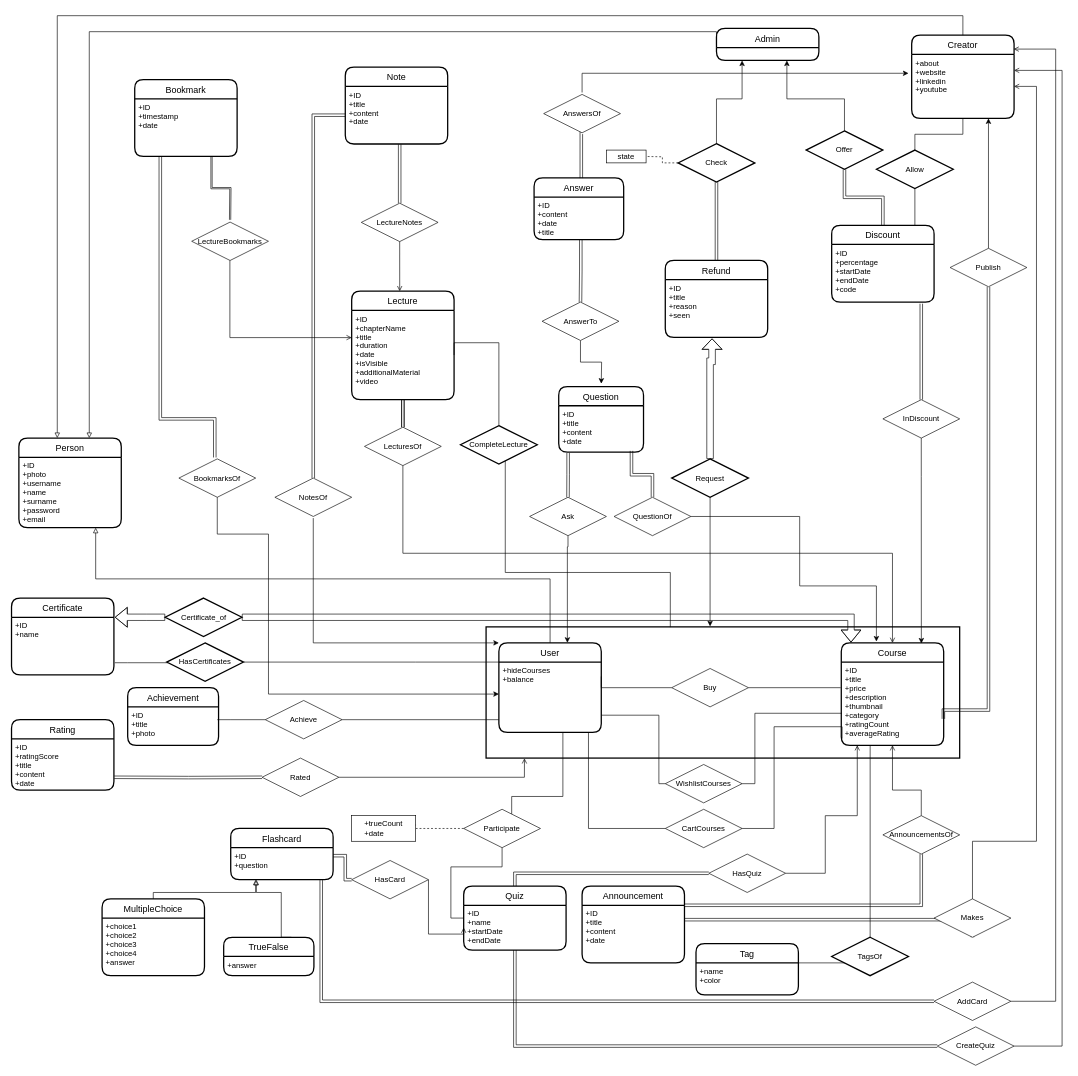
Earlier version of the draw.io diagram page "Quizlet" (4 of 4) of ER.drawio (muratangin187/CS353-Project). Source tidied: cells renumbered, new cells numbered last; positions are measured from the earlier drawing's top-left corner, leaving out a move shared by most shapes. Both pictures are drawn from the tidied source at 64%, with x=0, y=0 at pixel (11, 15).
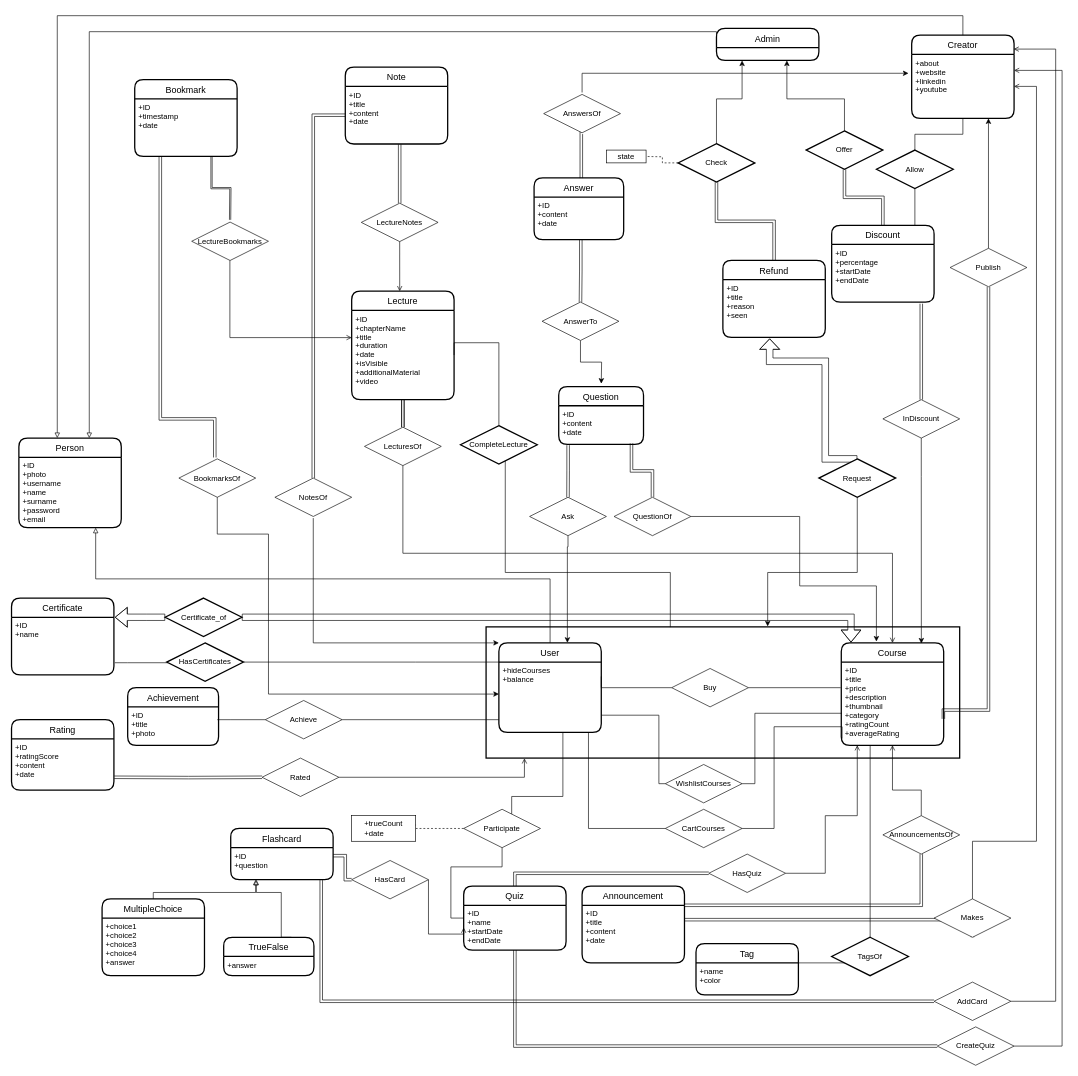
The same diagram, later.

The change refers to these unchanged cells:
```xml
<mxCell id="5" style="rounded=0;whiteSpace=wrap;html=1;shadow=0;glass=0;sketch=0;strokeWidth=2;gradientColor=none;" parent="1" vertex="1">
  <mxGeometry x="742" y="955" width="740" height="205" as="geometry" />
</mxCell>
<mxCell id="37" value="Rating" style="swimlane;horizontal=1;startSize=30;rounded=1;fontSize=14;fontStyle=0;strokeWidth=2;shadow=0;dashed=0;align=center;" parent="1" vertex="1">
  <mxGeometry x="0.5" y="1100" width="160" height="110" as="geometry" />
</mxCell>
<mxCell id="76" value="Answer" style="swimlane;horizontal=1;startSize=30;rounded=1;fontSize=14;fontStyle=0;strokeWidth=2;shadow=0;dashed=0;align=center;" parent="1" vertex="1">
  <mxGeometry x="817" y="253.5" width="140" height="96.5" as="geometry" />
</mxCell>
<mxCell id="90" value="+ID&#10;+title&#10;+reason&#10;+seen" style="align=left;strokeColor=none;fillColor=none;spacingLeft=4;fontSize=12;verticalAlign=top;" parent="89" vertex="1">
  <mxGeometry y="30" width="160" height="90" as="geometry" />
</mxCell>
<mxCell id="98" value="Discount" style="swimlane;horizontal=1;startSize=30;rounded=1;fontSize=14;fontStyle=0;strokeWidth=2;shadow=0;dashed=0;align=center;" parent="1" vertex="1">
  <mxGeometry x="1282" y="327.5" width="160" height="120" as="geometry" />
</mxCell>
```

Change to the diagram source:
```diff
@@
-    <mxCell id="38" value="+ID&#10;+ratingScore&#10;+title&#10;+content&#10;+date" style="align=left;strokeColor=none;fillColor=none;spacingLeft=4;fontSize=12;verticalAlign=top;fontStyle=0;" parent="37" vertex="1">
+    <mxCell id="38" value="+ID&#10;+ratingScore&#10;+content&#10;+date" style="align=left;strokeColor=none;fillColor=none;spacingLeft=4;fontSize=12;verticalAlign=top;fontStyle=0;" parent="37" vertex="1">
       <mxGeometry y="30" width="160" height="80" as="geometry" />
     </mxCell>
@@
-    <mxCell id="77" value="+ID&#10;+content&#10;+date&#10;+title" style="align=left;strokeColor=none;fillColor=none;spacingLeft=4;fontSize=12;verticalAlign=top;" parent="76" vertex="1">
+    <mxCell id="77" value="+ID&#10;+content&#10;+date" style="align=left;strokeColor=none;fillColor=none;spacingLeft=4;fontSize=12;verticalAlign=top;" parent="76" vertex="1">
       <mxGeometry y="30" width="140" height="66.5" as="geometry" />
     </mxCell>
@@
     <mxCell id="84" value="Question" style="swimlane;horizontal=1;startSize=30;rounded=1;fontSize=14;fontStyle=0;strokeWidth=2;shadow=0;dashed=0;align=center;" parent="1" vertex="1">
-      <mxGeometry x="855.5" y="579.5" width="132.5" height="102.5" as="geometry" />
+      <mxGeometry x="855.5" y="579.5" width="132.5" height="90.5" as="geometry" />
     </mxCell>
-    <mxCell id="85" value="+ID&#10;+title&#10;+content&#10;+date" style="align=left;strokeColor=none;fillColor=none;spacingLeft=4;fontSize=12;verticalAlign=top;" parent="84" vertex="1">
-      <mxGeometry y="30" width="132.5" height="72.5" as="geometry" />
+    <mxCell id="85" value="+ID&#10;+content&#10;+date" style="align=left;strokeColor=none;fillColor=none;spacingLeft=4;fontSize=12;verticalAlign=top;" parent="84" vertex="1">
+      <mxGeometry y="30" width="132.5" height="60.5" as="geometry" />
     </mxCell>
@@
     <mxCell id="89" value="Refund" style="swimlane;horizontal=1;startSize=30;rounded=1;fontSize=14;fontStyle=0;strokeWidth=2;shadow=0;dashed=0;align=center;" parent="1" vertex="1">
-      <mxGeometry x="1022" y="382.5" width="160" height="120" as="geometry" />
+      <mxGeometry x="1112" y="382.5" width="160" height="120" as="geometry" />
     </mxCell>
@@
-    <mxCell id="91" style="edgeStyle=orthogonalEdgeStyle;rounded=0;jettySize=auto;html=1;exitX=0.5;exitY=1;exitDx=0;exitDy=0;entryX=0.473;entryY=-0.004;entryDx=0;entryDy=0;entryPerimeter=0;" parent="1" edge="1" source="93" target="5">
-      <mxGeometry relative="1" as="geometry" />
+    <mxCell id="91" style="edgeStyle=orthogonalEdgeStyle;rounded=0;jettySize=auto;html=1;exitX=0.5;exitY=1;exitDx=0;exitDy=0;entryX=0.473;entryY=-0.004;entryDx=0;entryDy=0;entryPerimeter=0;" parent="1" edge="1" source="93">
+      <mxGeometry relative="1" as="geometry">
+        <mxPoint x="1182" y="954.2" as="targetPoint" />
+        <Array as="points">
+          <mxPoint x="1322" y="870" />
+          <mxPoint x="1182" y="870" />
+        </Array>
+      </mxGeometry>
     </mxCell>
     <mxCell id="92" style="edgeStyle=orthogonalEdgeStyle;rounded=0;jettySize=auto;html=1;exitX=0.5;exitY=0;exitDx=0;exitDy=0;shape=flexArrow;entryX=0.457;entryY=1.021;entryDx=0;entryDy=0;entryPerimeter=0;width=10.285714285714286;endSize=5.159999999999999;" parent="1" edge="1" source="93" target="90">
       <mxGeometry relative="1" as="geometry">
         <Array as="points">
-          <mxPoint x="1092" y="540" />
-          <mxPoint x="1095" y="540" />
+          <mxPoint x="1272" y="693" />
+          <mxPoint x="1272" y="540" />
+          <mxPoint x="1185" y="540" />
         </Array>
       </mxGeometry>
     </mxCell>
     <mxCell id="93" value="Request" style="shape=rhombus;perimeter=rhombusPerimeter;whiteSpace=wrap;html=1;align=center;rounded=0;shadow=0;glass=0;sketch=0;strokeWidth=2;gradientColor=none;" parent="1" vertex="1">
-      <mxGeometry x="1032" y="692.5" width="120" height="60" as="geometry" />
+      <mxGeometry x="1262" y="692.5" width="120" height="60" as="geometry" />
     </mxCell>
@@
-    <mxCell id="99" value="+ID&#10;+percentage&#10;+startDate&#10;+endDate&#10;+code" style="align=left;strokeColor=none;fillColor=none;spacingLeft=4;fontSize=12;verticalAlign=top;" parent="98" vertex="1">
+    <mxCell id="99" value="+ID&#10;+percentage&#10;+startDate&#10;+endDate" style="align=left;strokeColor=none;fillColor=none;spacingLeft=4;fontSize=12;verticalAlign=top;" parent="98" vertex="1">
       <mxGeometry y="30" width="160" height="90" as="geometry" />
     </mxCell>
```
